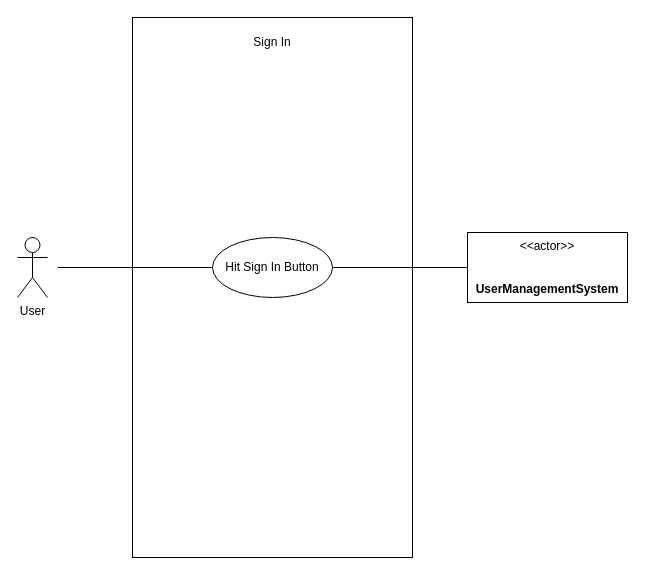
Above: page "SignIn" (3 of 16) of Week-7-Team-04-Use Case Diagrams (2).drawio in Vaibhav-G-Parmar/Chronicle-Your-Ultimate-Travel-Companion (draw.io), before the change. Source tidied: cells renumbered, new cells numbered last; positions are measured from the earlier drawing's top-left corner, leaving out a move shared by most shapes. Both pictures are drawn from the tidied source at 100%, with x=0, y=0 at pixel (17, 17).
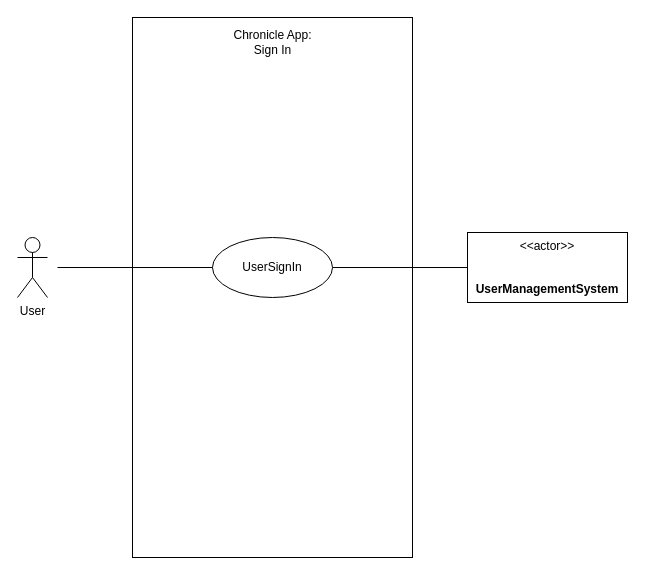
Above is the later version.

What changed in the source:
```diff
@@
 <mxGraphModel>
   <root>
     <mxCell id="0" />
     <mxCell id="1" parent="0" />
     <mxCell id="2" value="&lt;h2&gt;&lt;br&gt;&lt;/h2&gt;" style="rounded=0;whiteSpace=wrap;html=1;align=center;" parent="1" vertex="1">
       <mxGeometry x="115" width="280" height="540" as="geometry" />
     </mxCell>
     <mxCell id="3" value="User&lt;br&gt;" style="shape=umlActor;verticalLabelPosition=bottom;verticalAlign=top;html=1;" parent="1" vertex="1">
       <mxGeometry y="220" width="30" height="60" as="geometry" />
     </mxCell>
     <mxCell id="4" value="&amp;lt;&amp;lt;actor&amp;gt;&amp;gt;&lt;br&gt;&lt;br&gt;&lt;b&gt;&lt;br&gt;&lt;/b&gt;&lt;b style=&quot;border-color: var(--border-color);&quot;&gt;UserManagementSystem&lt;/b&gt;&lt;b&gt;&lt;br&gt;&lt;/b&gt;" style="html=1;align=center;verticalAlign=middle;dashed=0;whiteSpace=wrap;" parent="1" vertex="1">
       <mxGeometry x="450" y="215" width="160" height="70" as="geometry" />
     </mxCell>
-    <mxCell id="5" value="Sign In" style="text;html=1;strokeColor=none;fillColor=none;align=center;verticalAlign=middle;whiteSpace=wrap;rounded=0;" parent="1" vertex="1">
-      <mxGeometry x="225" y="10" width="60" height="30" as="geometry" />
+    <mxCell id="5" value="Chronicle App:&lt;br&gt;Sign In" style="text;html=1;strokeColor=none;fillColor=none;align=center;verticalAlign=middle;whiteSpace=wrap;rounded=0;" parent="1" vertex="1">
+      <mxGeometry x="208" y="10" width="95" height="30" as="geometry" />
     </mxCell>
-    <mxCell id="6" value="Hit Sign In Button" style="ellipse;whiteSpace=wrap;html=1;" parent="1" vertex="1">
+    <mxCell id="6" value="UserSignIn" style="ellipse;whiteSpace=wrap;html=1;" parent="1" vertex="1">
       <mxGeometry x="195" y="220" width="120" height="60" as="geometry" />
     </mxCell>
     <mxCell id="7" style="endArrow=none;html=1;rounded=0;" parent="1" edge="1" target="6">
       <mxGeometry relative="1" as="geometry">
         <mxPoint x="40" y="250" as="sourcePoint" />
       </mxGeometry>
     </mxCell>
     <mxCell id="8" style="endArrow=none;html=1;rounded=0;exitX=1;exitY=0.5;exitDx=0;exitDy=0;entryX=0;entryY=0.5;entryDx=0;entryDy=0;" parent="1" edge="1" source="6" target="4">
       <mxGeometry relative="1" as="geometry" />
     </mxCell>
   </root>
 </mxGraphModel>
```
